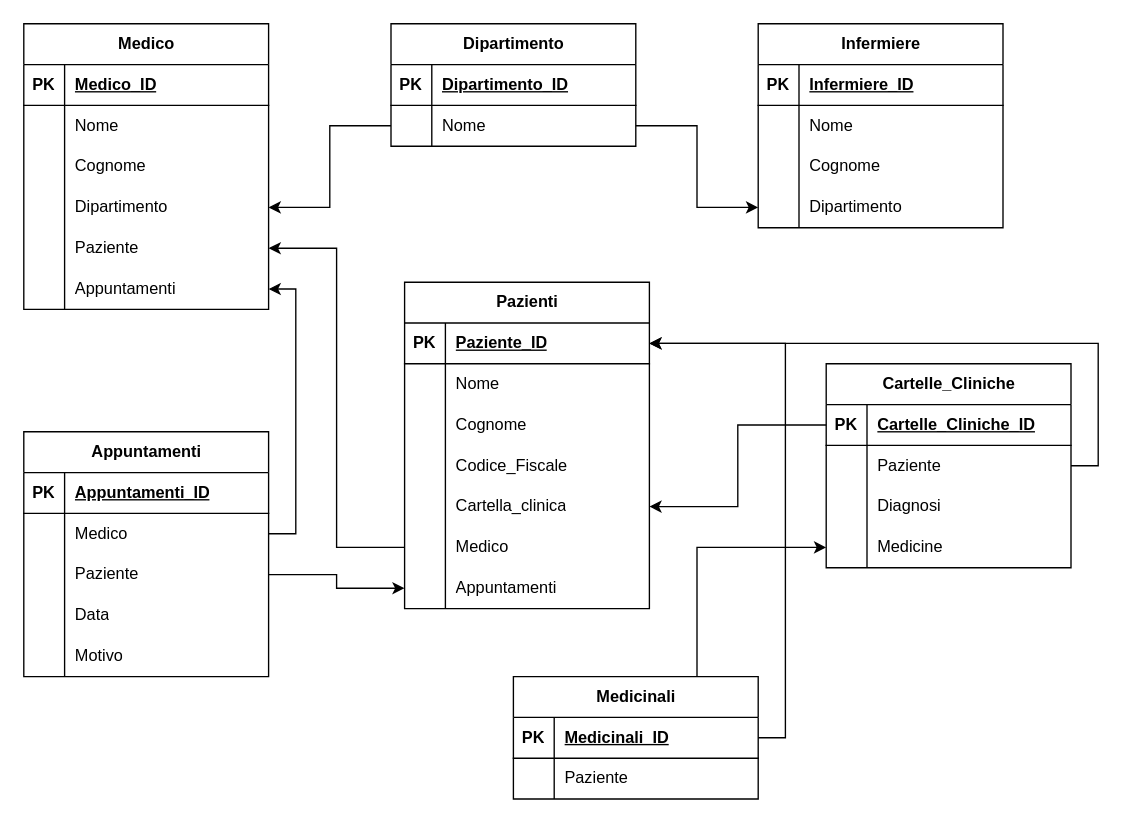
Earlier version of the draw.io diagram DB Gestione Ospedaliera.drawio (EnricoTurchetto/DB_SQL). Source tidied: cells renumbered, new cells numbered last; positions are measured from the earlier drawing's top-left corner, leaving out a move shared by most shapes. Both pictures are drawn from the tidied source at 136%, with x=0, y=0 at pixel (23, 23).
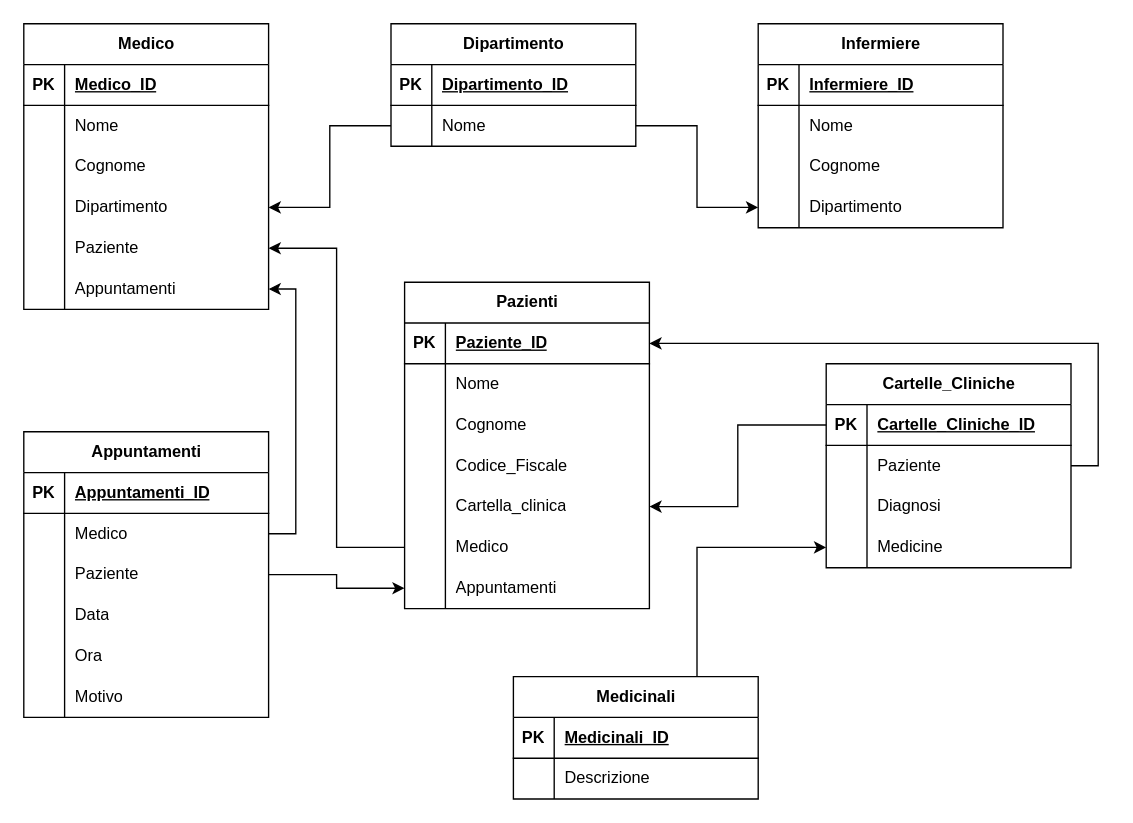
The same diagram, later.

The change refers to these unchanged cells:
```xml
<mxCell id="3" style="shape=tableRow;horizontal=0;startSize=0;swimlaneHead=0;swimlaneBody=0;fillColor=none;points=[[0,0.5],[1,0.5]];portConstraint=eastwest;top=0;left=0;right=0;bottom=1;" parent="2" vertex="1">
  <mxGeometry y="30" width="180" height="30" as="geometry" />
</mxCell>
<mxCell id="94" style="shape=tableRow;horizontal=0;startSize=0;swimlaneHead=0;swimlaneBody=0;fillColor=none;points=[[0,0.5],[1,0.5]];portConstraint=eastwest;top=0;left=0;right=0;bottom=1;" parent="93" vertex="1">
  <mxGeometry y="30" width="180" height="30" as="geometry" />
</mxCell>
<mxCell id="97" style="shape=tableRow;horizontal=0;startSize=0;swimlaneHead=0;swimlaneBody=0;fillColor=none;top=0;left=0;right=0;bottom=0;" parent="93" vertex="1">
  <mxGeometry y="60" width="180" height="30" as="geometry" />
</mxCell>
```

The edit, as a diff of the source:
```diff
@@
     <mxCell id="63" value="Appuntamenti" style="shape=table;startSize=30;childLayout=tableLayout;rowLines=0;fontStyle=1;align=center;html=1;" parent="1" vertex="1">
-      <mxGeometry y="300" width="180" height="180" as="geometry" />
+      <mxGeometry y="300" width="180" height="210" as="geometry" />
     </mxCell>
@@
+    <mxCell id="108" style="shape=tableRow;horizontal=0;startSize=0;swimlaneHead=0;swimlaneBody=0;fillColor=none;top=0;left=0;right=0;bottom=0;" parent="63" vertex="1">
+      <mxGeometry y="150" width="180" height="30" as="geometry" />
+    </mxCell>
+    <mxCell id="109" style="shape=partialRectangle;fillColor=none;top=0;left=0;bottom=0;right=0;overflow=hidden;whiteSpace=wrap;html=1;" parent="108" vertex="1">
+      <mxGeometry width="30" height="30" as="geometry" />
+    </mxCell>
+    <mxCell id="110" value="Ora" style="shape=partialRectangle;fillColor=none;top=0;left=0;bottom=0;right=0;align=left;spacingLeft=6;overflow=hidden;whiteSpace=wrap;html=1;" parent="108" vertex="1">
+      <mxGeometry x="30" width="150" height="30" as="geometry" />
+    </mxCell>
     <mxCell id="76" style="shape=tableRow;horizontal=0;startSize=0;swimlaneHead=0;swimlaneBody=0;fillColor=none;top=0;left=0;right=0;bottom=0;" parent="63" vertex="1">
-      <mxGeometry y="150" width="180" height="30" as="geometry" />
+      <mxGeometry y="180" width="180" height="30" as="geometry" />
     </mxCell>
@@
-    <mxCell id="99" value="Paziente" style="shape=partialRectangle;fillColor=none;top=0;left=0;bottom=0;right=0;align=left;spacingLeft=6;overflow=hidden;whiteSpace=wrap;html=1;" parent="97" vertex="1">
+    <mxCell id="99" value="Descrizione" style="shape=partialRectangle;fillColor=none;top=0;left=0;bottom=0;right=0;align=left;spacingLeft=6;overflow=hidden;whiteSpace=wrap;html=1;" parent="97" vertex="1">
       <mxGeometry x="30" width="150" height="30" as="geometry" />
     </mxCell>
@@
-    <mxCell id="107" style="edgeStyle=orthogonalEdgeStyle;rounded=0;jettySize=auto;html=1;exitX=1;exitY=0.5;exitDx=0;exitDy=0;" parent="1" edge="1" source="94" target="3">
-      <mxGeometry relative="1" as="geometry" />
-    </mxCell>
```
